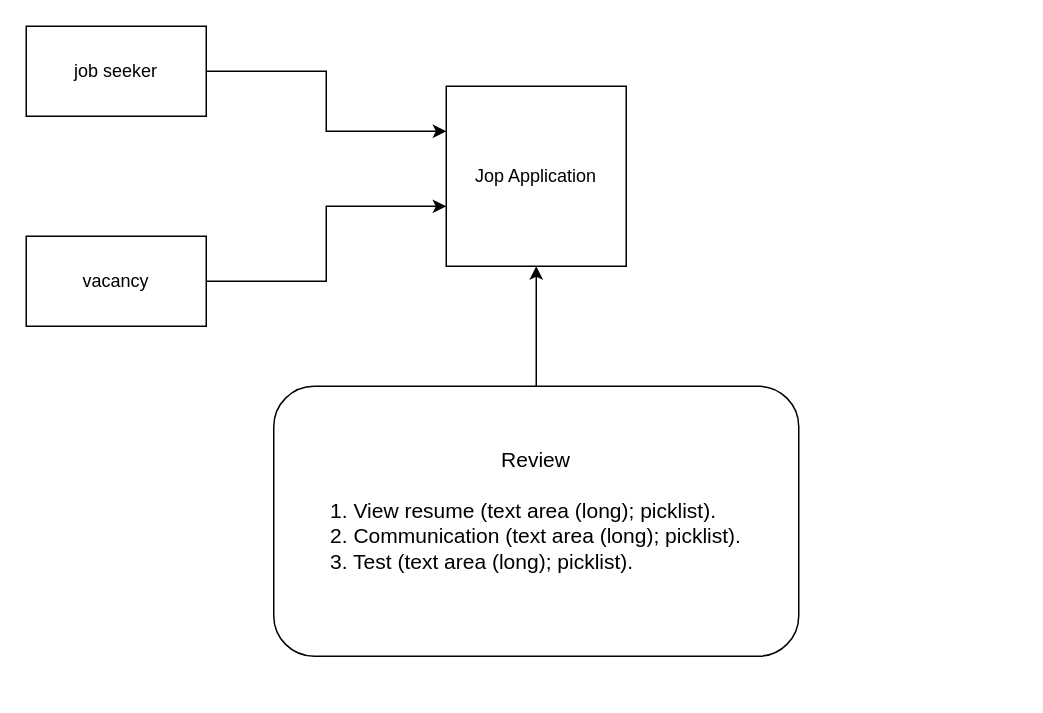
This is Диаграмма без названия.drawio from stanislav-email/second-project, a draw.io file, before an edit. Source tidied: cells renumbered, new cells numbered last; positions are measured from the earlier drawing's top-left corner, leaving out a move shared by most shapes. Both pictures are drawn from the tidied source at 150%, with x=0, y=0 at pixel (26, 26).
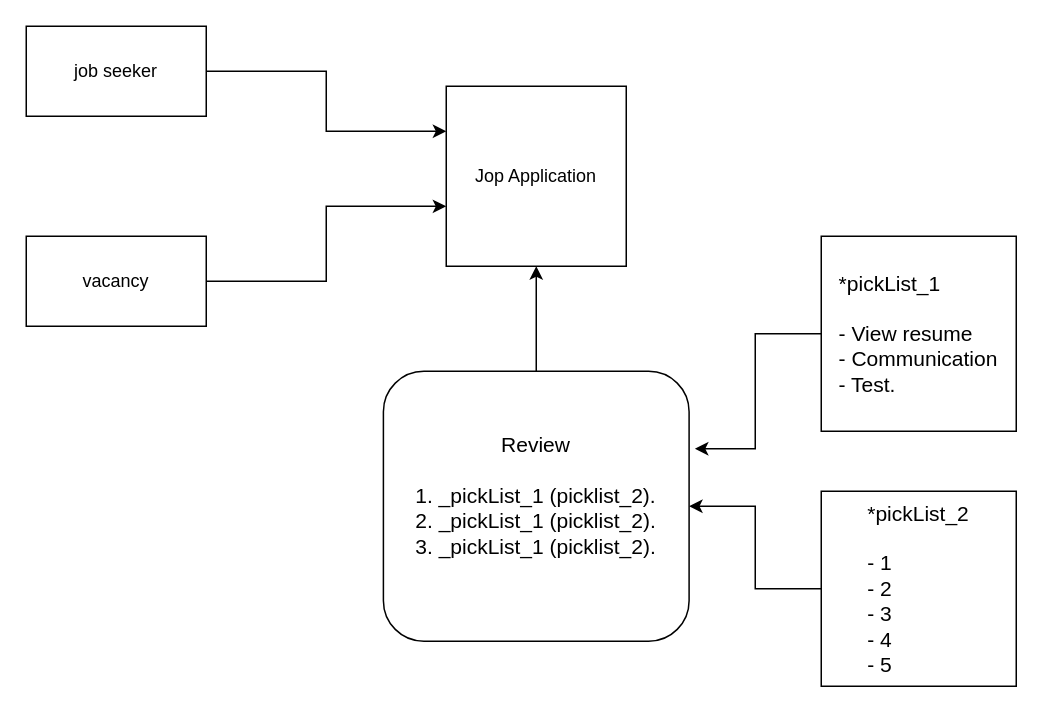
Above is the later version.

The edit, as a diff of the source:
```diff
@@
 <mxGraphModel>
   <root>
     <mxCell id="0" />
     <mxCell id="1" parent="0" />
     <mxCell id="2" style="edgeStyle=orthogonalEdgeStyle;rounded=0;jettySize=auto;html=1;entryX=0;entryY=0.25;entryDx=0;entryDy=0;" parent="1" edge="1" source="3" target="6">
       <mxGeometry relative="1" as="geometry" />
     </mxCell>
     <mxCell id="3" value="job seeker" style="rounded=0;whiteSpace=wrap;html=1;" parent="1" vertex="1">
       <mxGeometry width="120" height="60" as="geometry" />
     </mxCell>
     <mxCell id="4" style="edgeStyle=orthogonalEdgeStyle;rounded=0;jettySize=auto;html=1;entryX=0;entryY=0.667;entryDx=0;entryDy=0;entryPerimeter=0;" parent="1" edge="1" source="5" target="6">
       <mxGeometry relative="1" as="geometry" />
     </mxCell>
     <mxCell id="5" value="vacancy" style="rounded=0;whiteSpace=wrap;html=1;" parent="1" vertex="1">
       <mxGeometry y="140" width="120" height="60" as="geometry" />
     </mxCell>
     <mxCell id="6" value="Jop Application" style="whiteSpace=wrap;html=1;" parent="1" vertex="1">
       <mxGeometry x="280" y="40" width="120" height="120" as="geometry" />
     </mxCell>
     <mxCell id="7" style="edgeStyle=orthogonalEdgeStyle;rounded=0;jettySize=auto;html=1;entryX=0.5;entryY=1;entryDx=0;entryDy=0;fontSize=14;" parent="1" edge="1" source="8" target="6">
       <mxGeometry relative="1" as="geometry" />
     </mxCell>
-    <mxCell id="8" value="&lt;font style=&quot;font-size: 14px;&quot;&gt;Review&lt;br&gt;&lt;br&gt;&lt;div style=&quot;text-align: left;&quot;&gt;&lt;span style=&quot;background-color: initial;&quot;&gt;1. View resume (text area (long); picklist).&lt;/span&gt;&lt;/div&gt;&lt;div style=&quot;text-align: left;&quot;&gt;&lt;span style=&quot;background-color: initial;&quot;&gt;2. Communication (text area (long); picklist).&lt;/span&gt;&lt;/div&gt;&lt;div style=&quot;text-align: left;&quot;&gt;&lt;span style=&quot;background-color: initial;&quot;&gt;3. Test (text area (long); picklist).&lt;/span&gt;&lt;/div&gt;&lt;/font&gt;&lt;div style=&quot;text-align: left;&quot;&gt;&lt;br&gt;&lt;/div&gt;" style="rounded=1;whiteSpace=wrap;html=1;" parent="1" vertex="1">
-      <mxGeometry x="165" y="240" width="350" height="180" as="geometry" />
+    <mxCell id="8" value="&lt;font style=&quot;font-size: 14px;&quot;&gt;Review&lt;br&gt;&lt;br&gt;&lt;div style=&quot;text-align: left;&quot;&gt;&lt;span style=&quot;background-color: initial;&quot;&gt;1. _pickList_1 (picklist_2).&lt;/span&gt;&lt;/div&gt;&lt;div style=&quot;text-align: left;&quot;&gt;&lt;span style=&quot;background-color: initial;&quot;&gt;2.&amp;nbsp;&lt;/span&gt;_pickList_1 (picklist_2)&lt;span style=&quot;background-color: initial;&quot;&gt;.&lt;/span&gt;&lt;/div&gt;&lt;div style=&quot;text-align: left;&quot;&gt;&lt;span style=&quot;background-color: initial;&quot;&gt;3.&amp;nbsp;&lt;/span&gt;_pickList_1 (picklist_2)&lt;span style=&quot;background-color: initial;&quot;&gt;.&lt;/span&gt;&lt;/div&gt;&lt;/font&gt;&lt;div style=&quot;text-align: left;&quot;&gt;&lt;br&gt;&lt;/div&gt;" style="rounded=1;whiteSpace=wrap;html=1;" parent="1" vertex="1">
+      <mxGeometry x="238.1" y="230" width="203.8" height="180" as="geometry" />
     </mxCell>
+    <mxCell id="9" style="edgeStyle=orthogonalEdgeStyle;rounded=0;jettySize=auto;html=1;entryX=1.019;entryY=0.287;entryDx=0;entryDy=0;entryPerimeter=0;" parent="1" edge="1" source="10" target="8">
+      <mxGeometry relative="1" as="geometry" />
+    </mxCell>
+    <mxCell id="10" value="&lt;div style=&quot;font-size: 14px; text-align: left;&quot;&gt;&lt;span style=&quot;background-color: initial;&quot;&gt;*pickList_1&lt;/span&gt;&lt;/div&gt;&lt;div style=&quot;font-size: 14px; text-align: left;&quot;&gt;&lt;span style=&quot;background-color: initial;&quot;&gt;&lt;br&gt;&lt;/span&gt;&lt;/div&gt;&lt;div style=&quot;font-size: 14px; text-align: left;&quot;&gt;&lt;span style=&quot;background-color: initial;&quot;&gt;- View resume&amp;nbsp;&lt;/span&gt;&lt;/div&gt;&lt;div style=&quot;font-size: 14px; text-align: left;&quot;&gt;&lt;span style=&quot;background-color: initial;&quot;&gt;- Communication&lt;/span&gt;&lt;/div&gt;&lt;div style=&quot;font-size: 14px; text-align: left;&quot;&gt;&lt;span style=&quot;background-color: initial;&quot;&gt;- Test.&lt;/span&gt;&lt;/div&gt;" style="whiteSpace=wrap;html=1;" parent="1" vertex="1">
+      <mxGeometry x="530" y="140" width="130" height="130" as="geometry" />
+    </mxCell>
+    <mxCell id="11" style="edgeStyle=orthogonalEdgeStyle;rounded=0;jettySize=auto;html=1;" parent="1" edge="1" source="12" target="8">
+      <mxGeometry relative="1" as="geometry" />
+    </mxCell>
+    <mxCell id="12" value="&lt;div style=&quot;font-size: 14px; text-align: left;&quot;&gt;&lt;span style=&quot;background-color: initial;&quot;&gt;*pickList_2&lt;/span&gt;&lt;/div&gt;&lt;div style=&quot;font-size: 14px; text-align: left;&quot;&gt;&lt;span style=&quot;background-color: initial;&quot;&gt;&lt;br&gt;&lt;/span&gt;&lt;/div&gt;&lt;div style=&quot;font-size: 14px; text-align: left;&quot;&gt;&lt;span style=&quot;background-color: initial;&quot;&gt;- 1&lt;/span&gt;&lt;/div&gt;&lt;div style=&quot;font-size: 14px; text-align: left;&quot;&gt;&lt;span style=&quot;background-color: initial;&quot;&gt;- 2&lt;/span&gt;&lt;/div&gt;&lt;div style=&quot;font-size: 14px; text-align: left;&quot;&gt;&lt;span style=&quot;background-color: initial;&quot;&gt;- 3&lt;/span&gt;&lt;/div&gt;&lt;div style=&quot;font-size: 14px; text-align: left;&quot;&gt;&lt;span style=&quot;background-color: initial;&quot;&gt;- 4&lt;/span&gt;&lt;/div&gt;&lt;div style=&quot;font-size: 14px; text-align: left;&quot;&gt;&lt;span style=&quot;background-color: initial;&quot;&gt;- 5&amp;nbsp;&lt;/span&gt;&lt;/div&gt;" style="whiteSpace=wrap;html=1;" parent="1" vertex="1">
+      <mxGeometry x="530" y="310" width="130" height="130" as="geometry" />
+    </mxCell>
   </root>
 </mxGraphModel>
```
